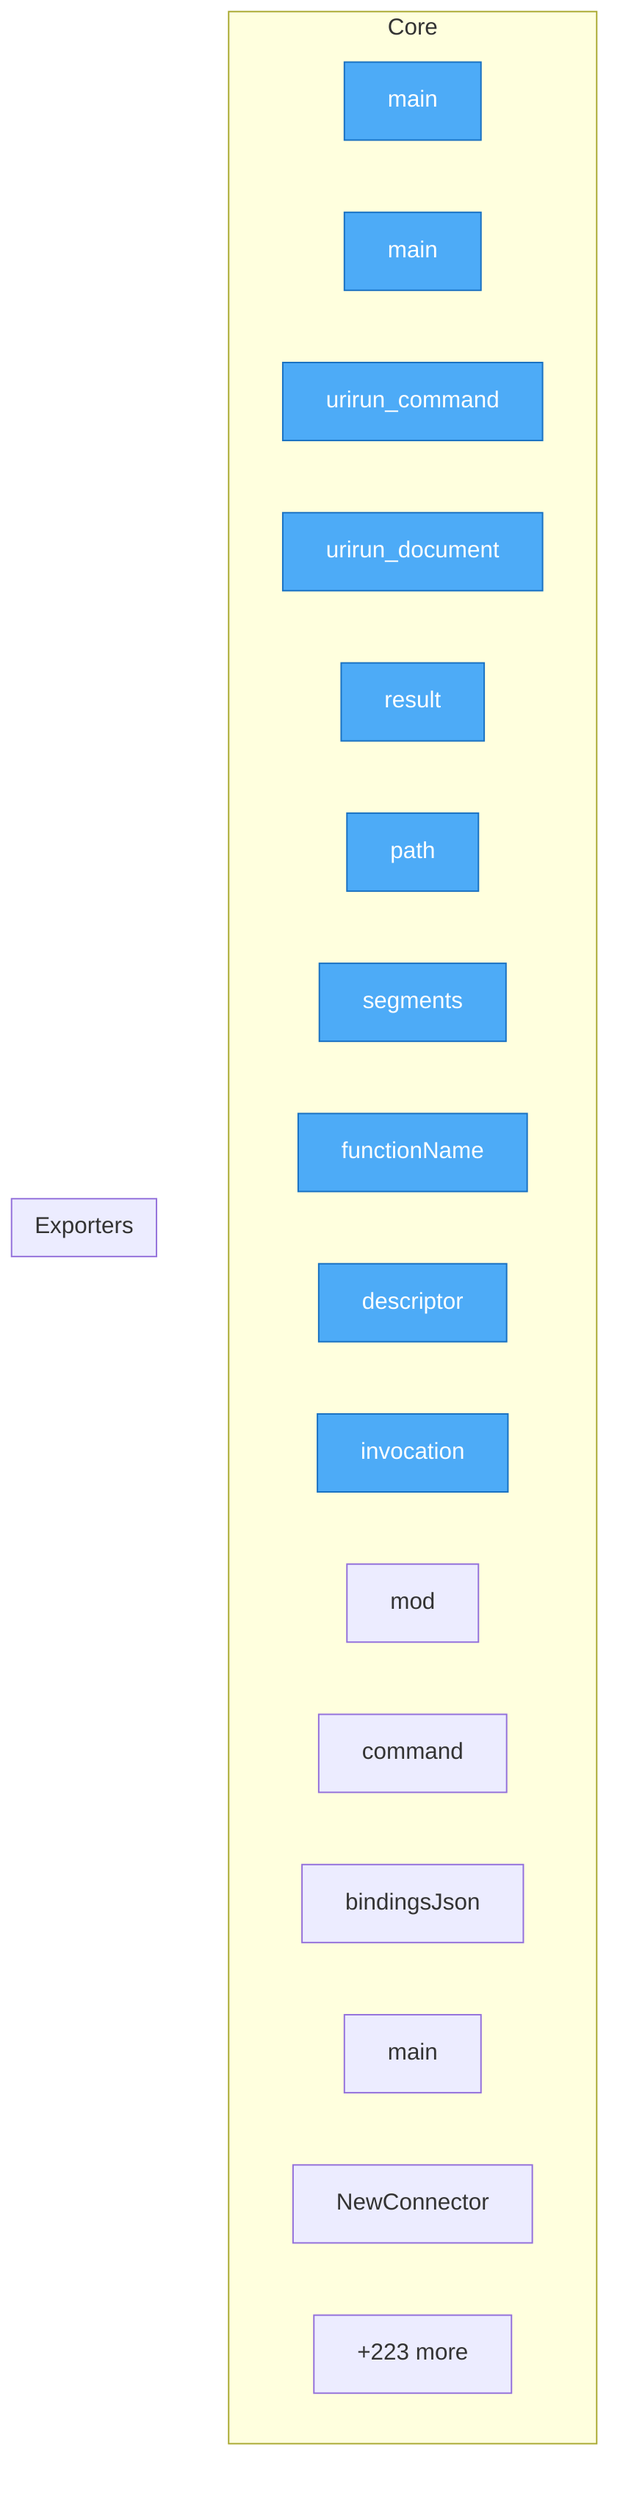
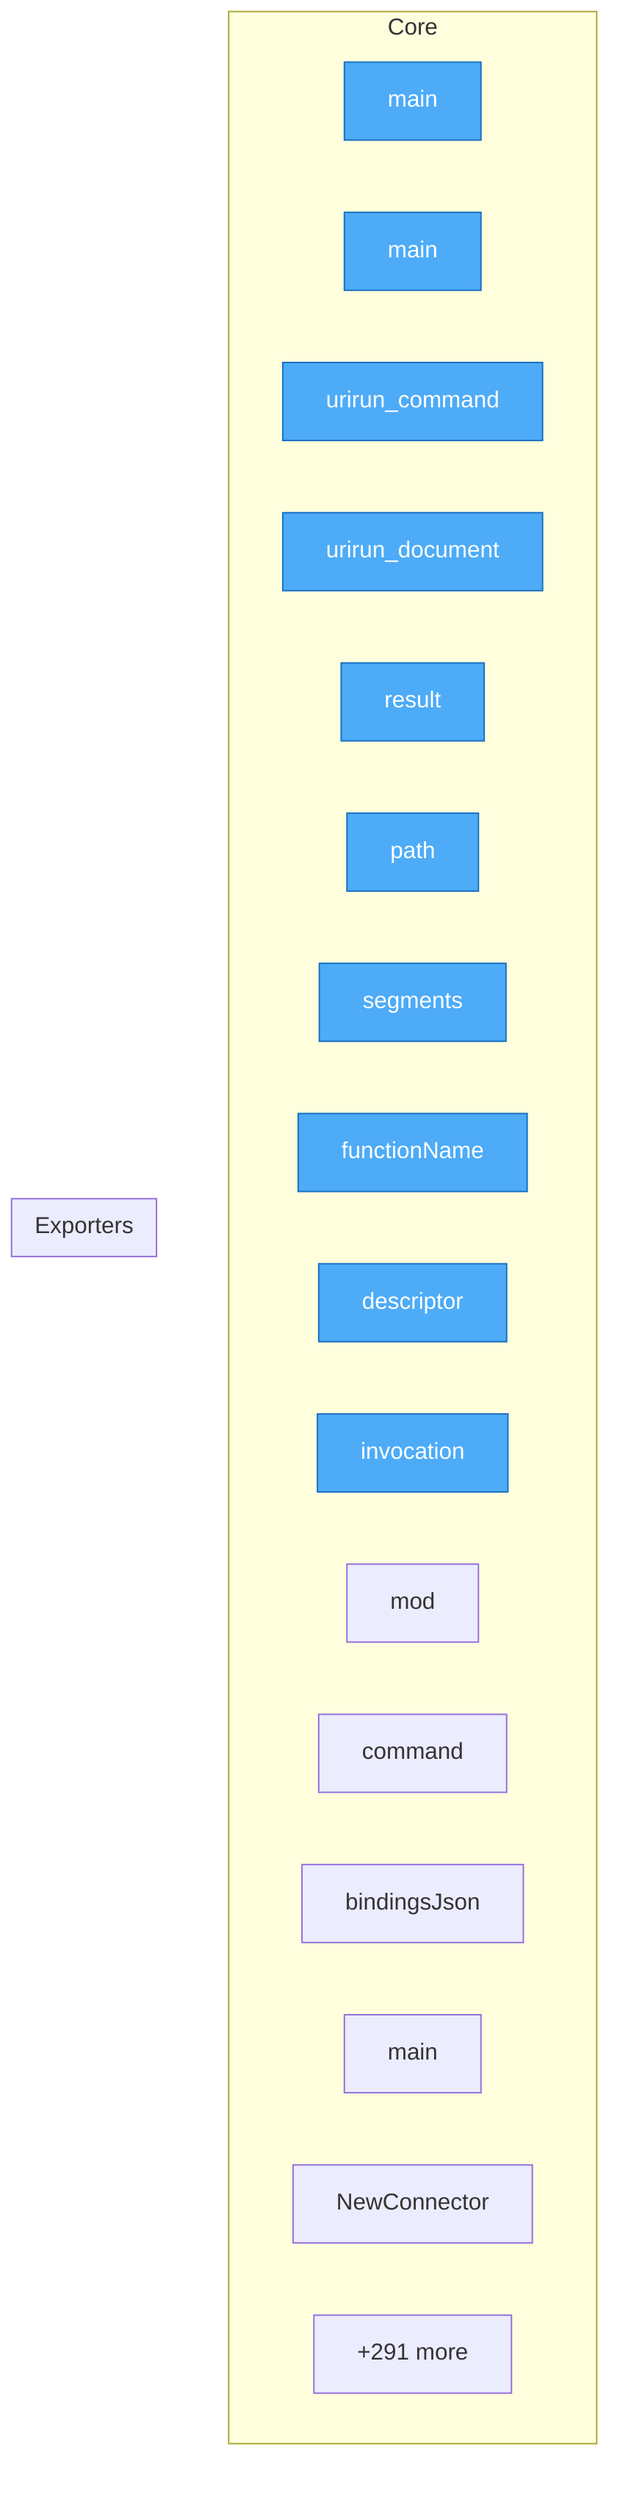
flowchart TD
- %% generated in 0.01s
+ %% generated in 0.02s

    %% Entry points (blue)
    classDef entry fill:#4dabf7,stroke:#1971c2,color:#fff

    subgraph Core
        adapters__conformance__main["main"]
        adapters__new_connector__main["main"]
        adapters__bash__urirun__urirun_command["urirun_command"]
        adapters__bash__urirun__urirun_document["urirun_document"]
        adapters__js__index__test__result["result"]
        adapters__js__path["path"]
        adapters__js__segments["segments"]
        adapters__js__functionName["functionName"]
        adapters__js__descriptor["descriptor"]
        adapters__js__invocation["invocation"]
        adapters__js__mod["mod"]
        adapters__java__Urirun__Urirun__command["command"]
        adapters__java__Urirun__Urirun__bindingsJson["bindingsJson"]
        adapters__java__example__HashConnector__HashConnector__main["main"]
        adapters__go__urirun__NewConnector["NewConnector"]
-         ...["+223 more"]
+         ...["+291 more"]
    end

    subgraph Exporters
    end

    class adapters__conformance__main,adapters__new_connector__main,adapters__bash__urirun__urirun_command,adapters__bash__urirun__urirun_document,adapters__js__index__test__result,adapters__js__path,adapters__js__segments,adapters__js__functionName,adapters__js__descriptor,adapters__js__invocation entry
